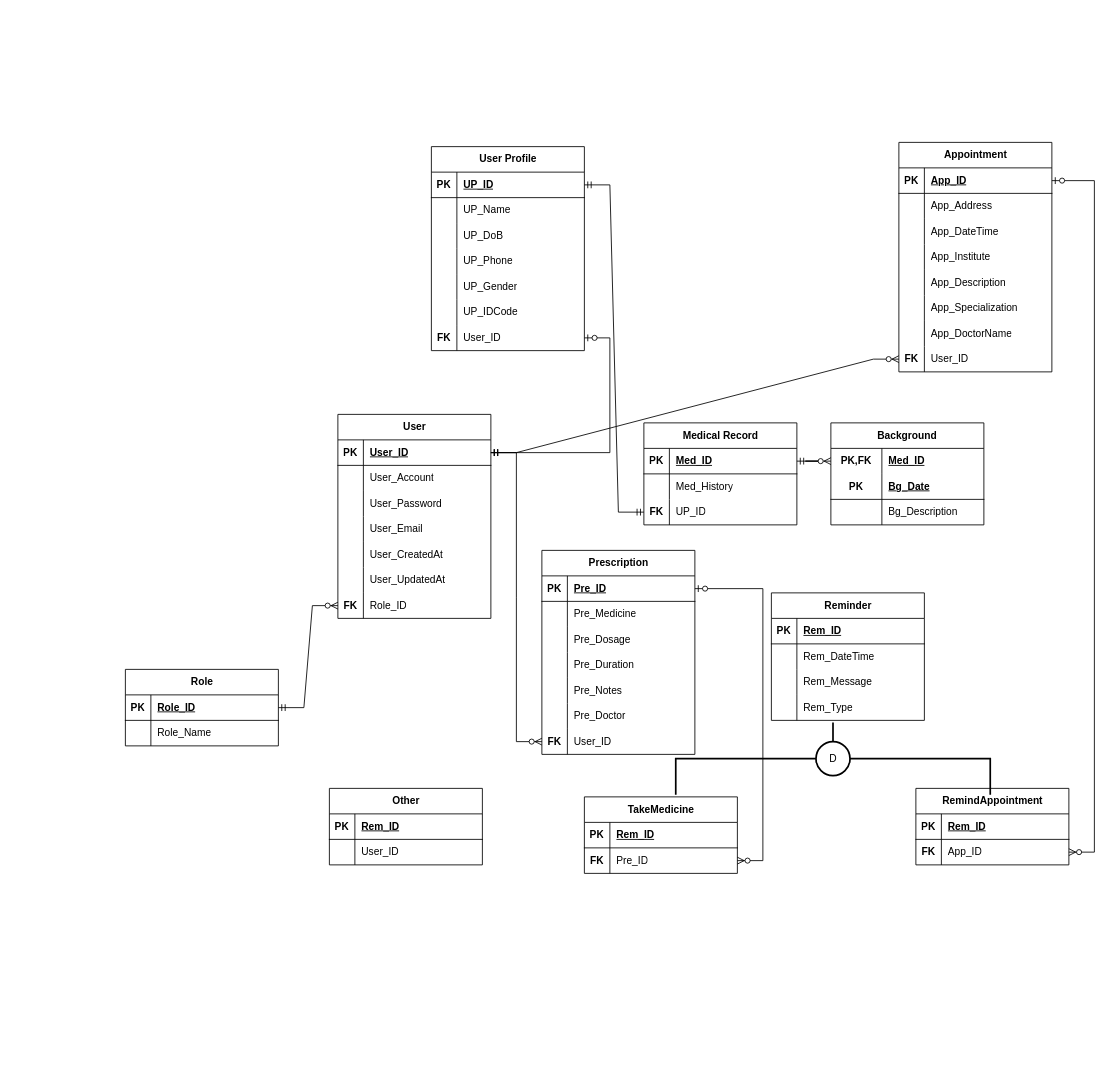
Before: 03.Design/a. ERD-Database Diagram/MediTrackERD.drawio in transyhoang28081999/Meditrack_v01, a draw.io diagram. Source tidied: cells renumbered, new cells numbered last; positions are measured from the earlier drawing's top-left corner, leaving out a move shared by most shapes. Both pictures are drawn from the tidied source at 85%, with x=0, y=0 at pixel (125, 142).
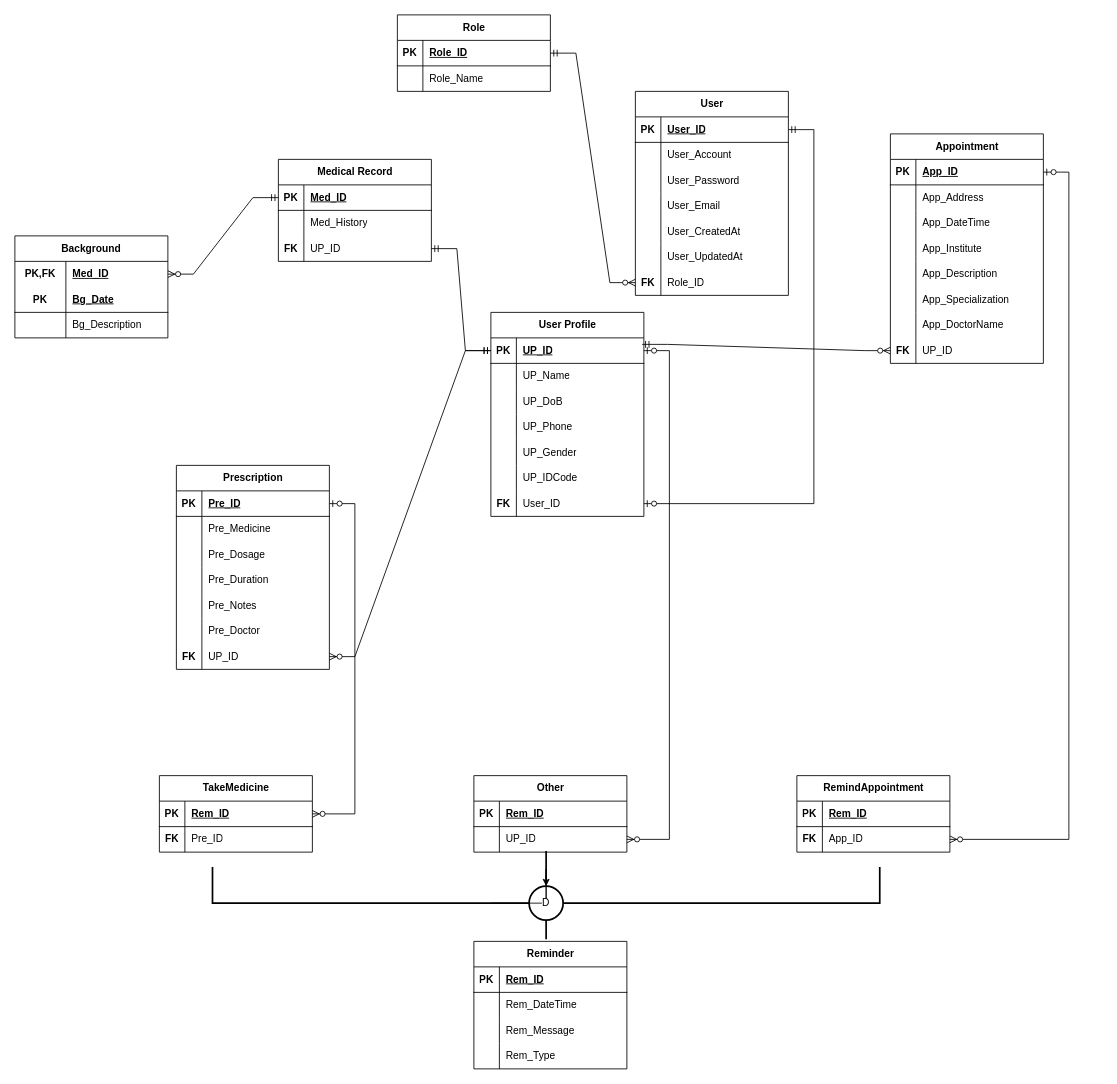
The same page after the edit.

Unchanged cells that the change refers to:
```xml
<mxCell id="3" style="shape=tableRow;horizontal=0;startSize=0;swimlaneHead=0;swimlaneBody=0;fillColor=none;points=[[0,0.5],[1,0.5]];portConstraint=eastwest;top=0;left=0;right=0;bottom=1;" parent="2" vertex="1">
  <mxGeometry y="30" width="180" height="30" as="geometry" />
</mxCell>
<mxCell id="46" style="shape=tableRow;horizontal=0;startSize=0;swimlaneHead=0;swimlaneBody=0;fillColor=none;points=[[0,0.5],[1,0.5]];portConstraint=eastwest;top=0;left=0;right=0;bottom=0;" parent="24" vertex="1">
  <mxGeometry y="240" width="180" height="30" as="geometry" />
</mxCell>
<mxCell id="50" style="shape=tableRow;horizontal=0;startSize=0;swimlaneHead=0;swimlaneBody=0;fillColor=none;points=[[0,0.5],[1,0.5]];portConstraint=eastwest;top=0;left=0;right=0;bottom=1;" parent="49" vertex="1">
  <mxGeometry y="30" width="180" height="30" as="geometry" />
</mxCell>
<mxCell id="68" style="shape=tableRow;horizontal=0;startSize=0;swimlaneHead=0;swimlaneBody=0;fillColor=none;points=[[0,0.5],[1,0.5]];portConstraint=eastwest;top=0;left=0;right=0;bottom=0;" parent="49" vertex="1">
  <mxGeometry y="210" width="180" height="30" as="geometry" />
</mxCell>
<mxCell id="106" style="shape=tableRow;horizontal=0;startSize=0;swimlaneHead=0;swimlaneBody=0;fillColor=none;points=[[0,0.5],[1,0.5]];portConstraint=eastwest;top=0;left=0;right=0;bottom=1;" parent="105" vertex="1">
  <mxGeometry y="30" width="180" height="30" as="geometry" />
</mxCell>
<mxCell id="142" style="shape=tableRow;horizontal=0;startSize=0;swimlaneHead=0;swimlaneBody=0;fillColor=none;points=[[0,0.5],[1,0.5]];portConstraint=eastwest;top=0;left=0;right=0;bottom=1;" parent="141" vertex="1">
  <mxGeometry y="30" width="180" height="30" as="geometry" />
</mxCell>
<mxCell id="145" style="shape=tableRow;horizontal=0;startSize=0;swimlaneHead=0;swimlaneBody=0;fillColor=none;points=[[0,0.5],[1,0.5]];portConstraint=eastwest;top=0;left=0;right=0;bottom=0;" parent="141" vertex="1">
  <mxGeometry y="60" width="180" height="30" as="geometry" />
</mxCell>
<mxCell id="161" style="shape=tableRow;horizontal=0;startSize=0;swimlaneHead=0;swimlaneBody=0;fillColor=none;points=[[0,0.5],[1,0.5]];portConstraint=eastwest;top=0;left=0;right=0;bottom=0;" parent="157" vertex="1">
  <mxGeometry y="60" width="180" height="30" as="geometry" />
</mxCell>
```

Diff of the diagram source:
```diff
@@
     <mxCell id="2" value="User Profile" style="shape=table;startSize=30;childLayout=tableLayout;rowLines=0;fontStyle=1;align=center;html=1;" parent="1" vertex="1">
-      <mxGeometry x="360" y="5" width="180" height="240" as="geometry" />
+      <mxGeometry x="430" y="200" width="180" height="240" as="geometry" />
     </mxCell>
@@
     <mxCell id="24" value="Appointment" style="shape=table;startSize=30;childLayout=tableLayout;rowLines=0;fontStyle=1;align=center;html=1;" parent="1" vertex="1">
-      <mxGeometry x="910" width="180" height="270" as="geometry" />
+      <mxGeometry x="900" y="-10" width="180" height="270" as="geometry" />
     </mxCell>
@@
-    <mxCell id="48" value="User_ID" style="shape=partialRectangle;fillColor=none;top=0;left=0;bottom=0;right=0;align=left;spacingLeft=6;overflow=hidden;whiteSpace=wrap;html=1;" parent="46" vertex="1">
+    <mxCell id="48" value="UP_ID" style="shape=partialRectangle;fillColor=none;top=0;left=0;bottom=0;right=0;align=left;spacingLeft=6;overflow=hidden;whiteSpace=wrap;html=1;" parent="46" vertex="1">
       <mxGeometry x="30" width="150" height="30" as="geometry" />
     </mxCell>
     <mxCell id="49" value="Prescription" style="shape=table;startSize=30;childLayout=tableLayout;rowLines=0;fontStyle=1;align=center;html=1;" parent="1" vertex="1">
-      <mxGeometry x="490" y="480" width="180" height="240" as="geometry" />
+      <mxGeometry x="60" y="380" width="180" height="240" as="geometry" />
     </mxCell>
@@
-    <mxCell id="70" value="User_ID" style="shape=partialRectangle;fillColor=none;top=0;left=0;bottom=0;right=0;align=left;spacingLeft=6;overflow=hidden;whiteSpace=wrap;html=1;" parent="68" vertex="1">
+    <mxCell id="70" value="UP_ID" style="shape=partialRectangle;fillColor=none;top=0;left=0;bottom=0;right=0;align=left;spacingLeft=6;overflow=hidden;whiteSpace=wrap;html=1;" parent="68" vertex="1">
       <mxGeometry x="30" width="150" height="30" as="geometry" />
     </mxCell>
     <mxCell id="71" value="Medical Record" style="shape=table;startSize=30;childLayout=tableLayout;rowLines=0;fontStyle=1;align=center;html=1;" parent="1" vertex="1">
-      <mxGeometry x="610" y="330" width="180" height="120" as="geometry" />
+      <mxGeometry x="180" y="20" width="180" height="120" as="geometry" />
     </mxCell>
@@
     <mxCell id="81" value="Reminder" style="shape=table;startSize=30;childLayout=tableLayout;rowLines=0;fontStyle=1;align=center;html=1;" parent="1" vertex="1">
-      <mxGeometry x="760" y="530" width="180" height="150" as="geometry" />
+      <mxGeometry x="410" y="940" width="180" height="150" as="geometry" />
     </mxCell>
@@
-    <mxCell id="95" style="edgeStyle=entityRelationEdgeStyle;fontSize=12;html=1;endArrow=ERzeroToMany;startArrow=ERzeroToOne;rounded=0;" parent="1" edge="1" source="50" target="145">
+    <mxCell id="95" style="edgeStyle=entityRelationEdgeStyle;fontSize=12;html=1;endArrow=ERzeroToMany;startArrow=ERzeroToOne;rounded=0;" parent="1" edge="1" source="50" target="142">
       <mxGeometry relative="1" as="geometry" />
     </mxCell>
@@
     <mxCell id="97" value="Role" style="shape=table;startSize=30;childLayout=tableLayout;rowLines=0;fontStyle=1;align=center;html=1;" parent="1" vertex="1">
-      <mxGeometry y="620" width="180" height="90" as="geometry" />
+      <mxGeometry x="320" y="-150" width="180" height="90" as="geometry" />
     </mxCell>
@@
     <mxCell id="105" value="User" style="shape=table;startSize=30;childLayout=tableLayout;rowLines=0;fontStyle=1;align=center;html=1;" parent="1" vertex="1">
-      <mxGeometry x="250" y="320" width="180" height="240" as="geometry" />
+      <mxGeometry x="600" y="-60" width="180" height="240" as="geometry" />
     </mxCell>
@@
     <mxCell id="128" value="Background" style="shape=table;startSize=30;childLayout=tableLayout;rowLines=0;fontStyle=1;align=center;html=1;whiteSpace=wrap;" parent="1" vertex="1">
-      <mxGeometry x="830" y="330" width="180" height="120" as="geometry" />
+      <mxGeometry x="-130" y="110" width="180" height="120" as="geometry" />
     </mxCell>
@@
-    <mxCell id="139" style="edgeStyle=entityRelationEdgeStyle;fontSize=12;html=1;endArrow=ERzeroToMany;startArrow=ERmandOne;rounded=0;" parent="1" edge="1" source="106" target="46">
+    <mxCell id="139" style="edgeStyle=entityRelationEdgeStyle;fontSize=12;html=1;endArrow=ERzeroToMany;startArrow=ERmandOne;rounded=0;exitX=0.989;exitY=0.255;exitDx=0;exitDy=0;exitPerimeter=0;" parent="1" edge="1" source="3" target="46">
       <mxGeometry relative="1" as="geometry" />
     </mxCell>
-    <mxCell id="140" style="edgeStyle=entityRelationEdgeStyle;fontSize=12;html=1;endArrow=ERzeroToMany;startArrow=ERmandOne;rounded=0;" parent="1" edge="1" source="106" target="68">
+    <mxCell id="140" style="edgeStyle=entityRelationEdgeStyle;fontSize=12;html=1;endArrow=ERzeroToMany;startArrow=ERmandOne;rounded=0;" parent="1" edge="1" source="3" target="68">
       <mxGeometry relative="1" as="geometry" />
     </mxCell>
     <mxCell id="141" value="TakeMedicine" style="shape=table;startSize=30;childLayout=tableLayout;rowLines=0;fontStyle=1;align=center;html=1;" parent="1" vertex="1">
-      <mxGeometry x="540" y="770" width="180" height="90" as="geometry" />
+      <mxGeometry x="40" y="745" width="180" height="90" as="geometry" />
     </mxCell>
@@
     <mxCell id="148" value="RemindAppointment" style="shape=table;startSize=30;childLayout=tableLayout;rowLines=0;fontStyle=1;align=center;html=1;" parent="1" vertex="1">
-      <mxGeometry x="930" y="760" width="180" height="90" as="geometry" />
+      <mxGeometry x="790" y="745" width="180" height="90" as="geometry" />
     </mxCell>
@@
-    <mxCell id="155" style="strokeWidth=2;html=1;shape=mxgraph.flowchart.annotation_2;align=left;labelPosition=right;rotation=90;" parent="1" vertex="1">
-      <mxGeometry x="790" y="540" width="85" height="370" as="geometry" />
+    <mxCell id="155" style="strokeWidth=2;html=1;shape=mxgraph.flowchart.annotation_2;align=left;labelPosition=right;rotation=-90;" parent="1" vertex="1">
+      <mxGeometry x="452.5" y="502.5" width="85" height="785" as="geometry" />
     </mxCell>
     <mxCell id="156" value="D" style="strokeWidth=2;html=1;shape=mxgraph.flowchart.start_2;whiteSpace=wrap;" parent="1" vertex="1">
-      <mxGeometry x="812.5" y="705" width="40" height="40" as="geometry" />
+      <mxGeometry x="475" y="875" width="40" height="40" as="geometry" />
     </mxCell>
     <mxCell id="157" value="Other" style="shape=table;startSize=30;childLayout=tableLayout;rowLines=0;fontStyle=1;align=center;html=1;" parent="1" vertex="1">
-      <mxGeometry x="240" y="760" width="180" height="90" as="geometry" />
+      <mxGeometry x="410" y="745" width="180" height="90" as="geometry" />
     </mxCell>
@@
-    <mxCell id="163" value="User_ID" style="shape=partialRectangle;fillColor=none;top=0;left=0;bottom=0;right=0;align=left;spacingLeft=6;overflow=hidden;whiteSpace=wrap;html=1;" parent="161" vertex="1">
+    <mxCell id="163" value="UP_ID" style="shape=partialRectangle;fillColor=none;top=0;left=0;bottom=0;right=0;align=left;spacingLeft=6;overflow=hidden;whiteSpace=wrap;html=1;" parent="161" vertex="1">
       <mxGeometry x="30" width="150" height="30" as="geometry" />
     </mxCell>
+    <mxCell id="164" style="edgeStyle=entityRelationEdgeStyle;fontSize=12;html=1;endArrow=ERzeroToMany;startArrow=ERzeroToOne;rounded=0;" parent="1" edge="1" source="3" target="161">
+      <mxGeometry relative="1" as="geometry">
+        <Array as="points">
+          <mxPoint x="520" y="752.5" />
+        </Array>
+      </mxGeometry>
+    </mxCell>
+    <mxCell id="165" style="line;strokeWidth=1;dashed=0;labelPosition=right;align=left;verticalAlign=middle;spacingTop=0;spacingLeft=6;" parent="1" vertex="1">
+      <mxGeometry x="430" y="790" width="60" height="210" as="geometry" />
+    </mxCell>
+    <mxCell id="166" style="edgeStyle=orthogonalEdgeStyle;rounded=0;jettySize=auto;html=1;exitX=0.75;exitY=0.5;exitDx=0;exitDy=0;exitPerimeter=0;" parent="1" edge="1" source="167" target="156">
+      <mxGeometry relative="1" as="geometry" />
+    </mxCell>
+    <mxCell id="167" style="line;strokeWidth=2;html=1;rotation=90;" parent="1" vertex="1">
+      <mxGeometry x="476.9" y="846.9" width="36.2" height="10" as="geometry" />
+    </mxCell>
```
